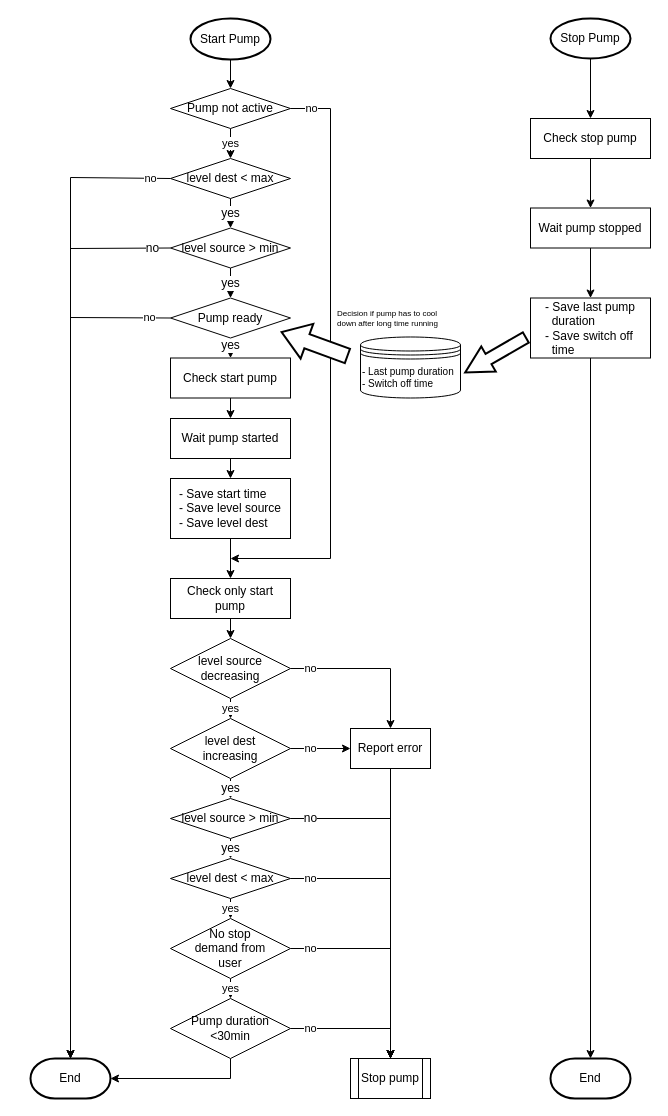
m7b/SmartSensor keeps this draw.io diagram as page "Pump Handling" (2 of 3) of doc/Pumpe.drawio. Above is the earlier version. Source tidied: cells renumbered, new cells numbered last; positions are measured from the earlier drawing's top-left corner, leaving out a move shared by most shapes. Both pictures are drawn from the tidied source at 100%, with x=0, y=0 at pixel (30, 18).
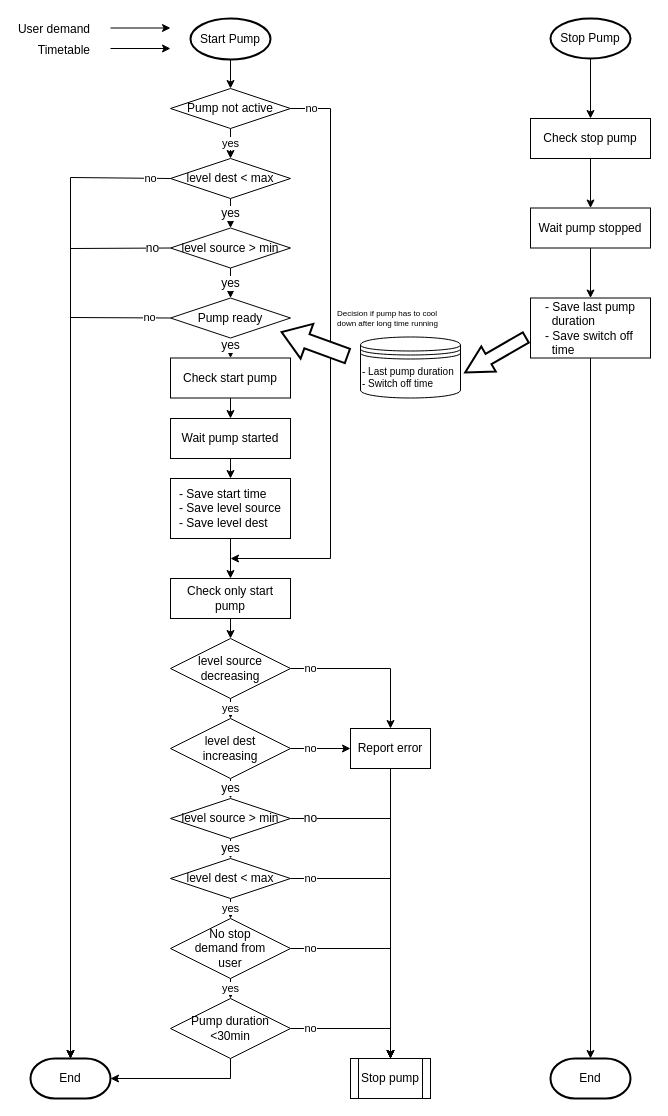
Above is the later version.

Commit message:
start condition

What changed in the source:
```diff
@@
+    <mxCell id="60" style="endArrow=classic;html=1;" parent="1" edge="1">
+      <mxGeometry relative="1" as="geometry">
+        <mxPoint x="80" y="9.5" as="sourcePoint" />
+        <mxPoint x="140" y="9.5" as="targetPoint" />
+      </mxGeometry>
+    </mxCell>
+    <mxCell id="61" value="User demand" style="text;html=1;align=right;verticalAlign=middle;labelBackgroundColor=#ffffff;" parent="60" vertex="1">
+      <mxGeometry x="-0.7" y="1" relative="1" as="geometry">
+        <mxPoint x="-29" y="2" as="offset" />
+      </mxGeometry>
+    </mxCell>
+    <mxCell id="62" style="endArrow=classic;html=1;" parent="1" edge="1">
+      <mxGeometry relative="1" as="geometry">
+        <mxPoint x="80" y="30" as="sourcePoint" />
+        <mxPoint x="140" y="30" as="targetPoint" />
+      </mxGeometry>
+    </mxCell>
+    <mxCell id="63" value="Timetable" style="text;html=1;align=right;verticalAlign=middle;labelBackgroundColor=#ffffff;" parent="62" vertex="1">
+      <mxGeometry x="-0.7" y="1" relative="1" as="geometry">
+        <mxPoint x="-29" y="2" as="offset" />
+      </mxGeometry>
+    </mxCell>
```
